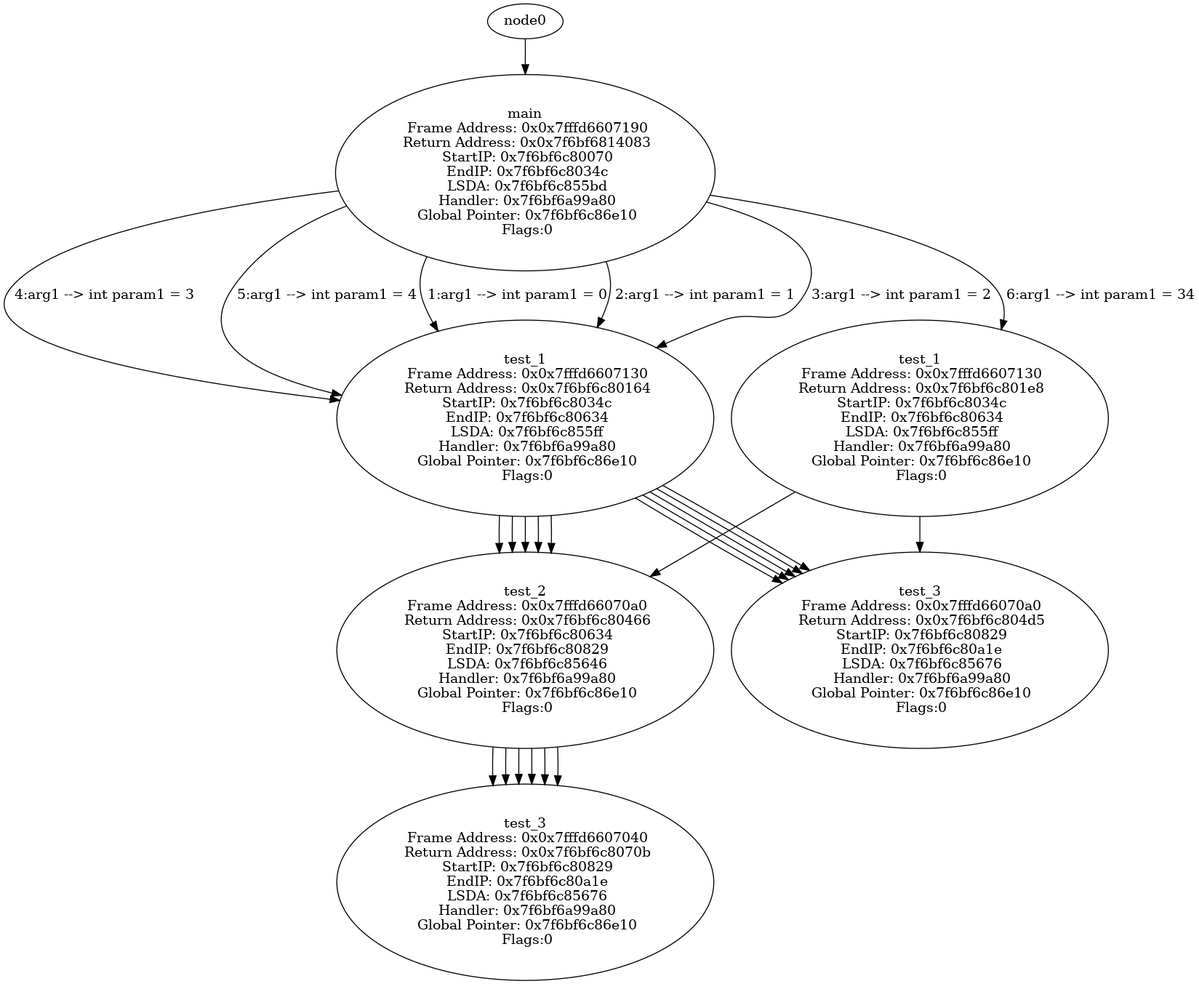
Above: tree.png in SameerDalal/backtrace (Graphviz), before the change. Its source is kept beside it as tree.dot.
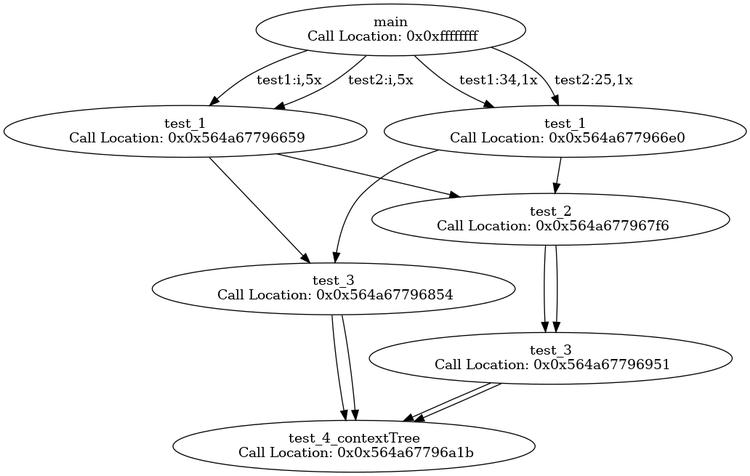
The same file after the commit.

Diff of the diagram source:
```diff
@@ -1,52 +1,29 @@
 digraph ContextTree {
-node0x7f6bf6c8070b [label="test_3\n Frame Address: 0x0x7fffd6607040\n Return Address: 0x0x7f6bf6c8070b\n StartIP: 0x7f6bf6c80829\n EndIP: 0x7f6bf6c80a1e\n LSDA: 0x7f6bf6c85676\n Handler: 0x7f6bf6a99a80\n Global Pointer: 0x7f6bf6c86e10\n Flags:0"];
-node0x7f6bf6c80466 -> node0x7f6bf6c8070b
-node0x7f6bf6c80466 [label="test_2\n Frame Address: 0x0x7fffd66070a0\n Return Address: 0x0x7f6bf6c80466\n StartIP: 0x7f6bf6c80634\n EndIP: 0x7f6bf6c80829\n LSDA: 0x7f6bf6c85646\n Handler: 0x7f6bf6a99a80\n Global Pointer: 0x7f6bf6c86e10\n Flags:0"];
-node0x7f6bf6c80164 -> node0x7f6bf6c80466
-node0x7f6bf6c804d5 [label="test_3\n Frame Address: 0x0x7fffd66070a0\n Return Address: 0x0x7f6bf6c804d5\n StartIP: 0x7f6bf6c80829\n EndIP: 0x7f6bf6c80a1e\n LSDA: 0x7f6bf6c85676\n Handler: 0x7f6bf6a99a80\n Global Pointer: 0x7f6bf6c86e10\n Flags:0"];
-node0x7f6bf6c80164 -> node0x7f6bf6c804d5
-node0x7f6bf6c80164 [label="test_1\n Frame Address: 0x0x7fffd6607130\n Return Address: 0x0x7f6bf6c80164\n StartIP: 0x7f6bf6c8034c\n EndIP: 0x7f6bf6c80634\n LSDA: 0x7f6bf6c855ff\n Handler: 0x7f6bf6a99a80\n Global Pointer: 0x7f6bf6c86e10\n Flags:0"];
-node0x7f6bf6814083 -> node0x7f6bf6c80164 [label=" 1:arg1 --> int param1 = 0"];
-node0x7f6bf6c8070b [label="test_3\n Frame Address: 0x0x7fffd6607040\n Return Address: 0x0x7f6bf6c8070b\n StartIP: 0x7f6bf6c80829\n EndIP: 0x7f6bf6c80a1e\n LSDA: 0x7f6bf6c85676\n Handler: 0x7f6bf6a99a80\n Global Pointer: 0x7f6bf6c86e10\n Flags:0"];
-node0x7f6bf6c80466 -> node0x7f6bf6c8070b
-node0x7f6bf6c80466 [label="test_2\n Frame Address: 0x0x7fffd66070a0\n Return Address: 0x0x7f6bf6c80466\n StartIP: 0x7f6bf6c80634\n EndIP: 0x7f6bf6c80829\n LSDA: 0x7f6bf6c85646\n Handler: 0x7f6bf6a99a80\n Global Pointer: 0x7f6bf6c86e10\n Flags:0"];
-node0x7f6bf6c80164 -> node0x7f6bf6c80466
-node0x7f6bf6c804d5 [label="test_3\n Frame Address: 0x0x7fffd66070a0\n Return Address: 0x0x7f6bf6c804d5\n StartIP: 0x7f6bf6c80829\n EndIP: 0x7f6bf6c80a1e\n LSDA: 0x7f6bf6c85676\n Handler: 0x7f6bf6a99a80\n Global Pointer: 0x7f6bf6c86e10\n Flags:0"];
-node0x7f6bf6c80164 -> node0x7f6bf6c804d5
-node0x7f6bf6c80164 [label="test_1\n Frame Address: 0x0x7fffd6607130\n Return Address: 0x0x7f6bf6c80164\n StartIP: 0x7f6bf6c8034c\n EndIP: 0x7f6bf6c80634\n LSDA: 0x7f6bf6c855ff\n Handler: 0x7f6bf6a99a80\n Global Pointer: 0x7f6bf6c86e10\n Flags:0"];
-node0x7f6bf6814083 -> node0x7f6bf6c80164 [label=" 2:arg1 --> int param1 = 1"];
-node0x7f6bf6c8070b [label="test_3\n Frame Address: 0x0x7fffd6607040\n Return Address: 0x0x7f6bf6c8070b\n StartIP: 0x7f6bf6c80829\n EndIP: 0x7f6bf6c80a1e\n LSDA: 0x7f6bf6c85676\n Handler: 0x7f6bf6a99a80\n Global Pointer: 0x7f6bf6c86e10\n Flags:0"];
-node0x7f6bf6c80466 -> node0x7f6bf6c8070b
-node0x7f6bf6c80466 [label="test_2\n Frame Address: 0x0x7fffd66070a0\n Return Address: 0x0x7f6bf6c80466\n StartIP: 0x7f6bf6c80634\n EndIP: 0x7f6bf6c80829\n LSDA: 0x7f6bf6c85646\n Handler: 0x7f6bf6a99a80\n Global Pointer: 0x7f6bf6c86e10\n Flags:0"];
-node0x7f6bf6c80164 -> node0x7f6bf6c80466
-node0x7f6bf6c804d5 [label="test_3\n Frame Address: 0x0x7fffd66070a0\n Return Address: 0x0x7f6bf6c804d5\n StartIP: 0x7f6bf6c80829\n EndIP: 0x7f6bf6c80a1e\n LSDA: 0x7f6bf6c85676\n Handler: 0x7f6bf6a99a80\n Global Pointer: 0x7f6bf6c86e10\n Flags:0"];
-node0x7f6bf6c80164 -> node0x7f6bf6c804d5
-node0x7f6bf6c80164 [label="test_1\n Frame Address: 0x0x7fffd6607130\n Return Address: 0x0x7f6bf6c80164\n StartIP: 0x7f6bf6c8034c\n EndIP: 0x7f6bf6c80634\n LSDA: 0x7f6bf6c855ff\n Handler: 0x7f6bf6a99a80\n Global Pointer: 0x7f6bf6c86e10\n Flags:0"];
-node0x7f6bf6814083 -> node0x7f6bf6c80164 [label=" 3:arg1 --> int param1 = 2"];
-node0x7f6bf6c8070b [label="test_3\n Frame Address: 0x0x7fffd6607040\n Return Address: 0x0x7f6bf6c8070b\n StartIP: 0x7f6bf6c80829\n EndIP: 0x7f6bf6c80a1e\n LSDA: 0x7f6bf6c85676\n Handler: 0x7f6bf6a99a80\n Global Pointer: 0x7f6bf6c86e10\n Flags:0"];
-node0x7f6bf6c80466 -> node0x7f6bf6c8070b
-node0x7f6bf6c80466 [label="test_2\n Frame Address: 0x0x7fffd66070a0\n Return Address: 0x0x7f6bf6c80466\n StartIP: 0x7f6bf6c80634\n EndIP: 0x7f6bf6c80829\n LSDA: 0x7f6bf6c85646\n Handler: 0x7f6bf6a99a80\n Global Pointer: 0x7f6bf6c86e10\n Flags:0"];
-node0x7f6bf6c80164 -> node0x7f6bf6c80466
-node0x7f6bf6c804d5 [label="test_3\n Frame Address: 0x0x7fffd66070a0\n Return Address: 0x0x7f6bf6c804d5\n StartIP: 0x7f6bf6c80829\n EndIP: 0x7f6bf6c80a1e\n LSDA: 0x7f6bf6c85676\n Handler: 0x7f6bf6a99a80\n Global Pointer: 0x7f6bf6c86e10\n Flags:0"];
-node0x7f6bf6c80164 -> node0x7f6bf6c804d5
-node0x7f6bf6c80164 [label="test_1\n Frame Address: 0x0x7fffd6607130\n Return Address: 0x0x7f6bf6c80164\n StartIP: 0x7f6bf6c8034c\n EndIP: 0x7f6bf6c80634\n LSDA: 0x7f6bf6c855ff\n Handler: 0x7f6bf6a99a80\n Global Pointer: 0x7f6bf6c86e10\n Flags:0"];
-node0x7f6bf6814083 -> node0x7f6bf6c80164 [label=" 4:arg1 --> int param1 = 3"];
-node0x7f6bf6c8070b [label="test_3\n Frame Address: 0x0x7fffd6607040\n Return Address: 0x0x7f6bf6c8070b\n StartIP: 0x7f6bf6c80829\n EndIP: 0x7f6bf6c80a1e\n LSDA: 0x7f6bf6c85676\n Handler: 0x7f6bf6a99a80\n Global Pointer: 0x7f6bf6c86e10\n Flags:0"];
-node0x7f6bf6c80466 -> node0x7f6bf6c8070b
-node0x7f6bf6c80466 [label="test_2\n Frame Address: 0x0x7fffd66070a0\n Return Address: 0x0x7f6bf6c80466\n StartIP: 0x7f6bf6c80634\n EndIP: 0x7f6bf6c80829\n LSDA: 0x7f6bf6c85646\n Handler: 0x7f6bf6a99a80\n Global Pointer: 0x7f6bf6c86e10\n Flags:0"];
-node0x7f6bf6c80164 -> node0x7f6bf6c80466
-node0x7f6bf6c804d5 [label="test_3\n Frame Address: 0x0x7fffd66070a0\n Return Address: 0x0x7f6bf6c804d5\n StartIP: 0x7f6bf6c80829\n EndIP: 0x7f6bf6c80a1e\n LSDA: 0x7f6bf6c85676\n Handler: 0x7f6bf6a99a80\n Global Pointer: 0x7f6bf6c86e10\n Flags:0"];
-node0x7f6bf6c80164 -> node0x7f6bf6c804d5
-node0x7f6bf6c80164 [label="test_1\n Frame Address: 0x0x7fffd6607130\n Return Address: 0x0x7f6bf6c80164\n StartIP: 0x7f6bf6c8034c\n EndIP: 0x7f6bf6c80634\n LSDA: 0x7f6bf6c855ff\n Handler: 0x7f6bf6a99a80\n Global Pointer: 0x7f6bf6c86e10\n Flags:0"];
-node0x7f6bf6814083 -> node0x7f6bf6c80164 [label=" 5:arg1 --> int param1 = 4"];
-node0x7f6bf6c8070b [label="test_3\n Frame Address: 0x0x7fffd6607040\n Return Address: 0x0x7f6bf6c8070b\n StartIP: 0x7f6bf6c80829\n EndIP: 0x7f6bf6c80a1e\n LSDA: 0x7f6bf6c85676\n Handler: 0x7f6bf6a99a80\n Global Pointer: 0x7f6bf6c86e10\n Flags:0"];
-node0x7f6bf6c80466 -> node0x7f6bf6c8070b
-node0x7f6bf6c80466 [label="test_2\n Frame Address: 0x0x7fffd66070a0\n Return Address: 0x0x7f6bf6c80466\n StartIP: 0x7f6bf6c80634\n EndIP: 0x7f6bf6c80829\n LSDA: 0x7f6bf6c85646\n Handler: 0x7f6bf6a99a80\n Global Pointer: 0x7f6bf6c86e10\n Flags:0"];
-node0x7f6bf6c801e8 -> node0x7f6bf6c80466
-node0x7f6bf6c804d5 [label="test_3\n Frame Address: 0x0x7fffd66070a0\n Return Address: 0x0x7f6bf6c804d5\n StartIP: 0x7f6bf6c80829\n EndIP: 0x7f6bf6c80a1e\n LSDA: 0x7f6bf6c85676\n Handler: 0x7f6bf6a99a80\n Global Pointer: 0x7f6bf6c86e10\n Flags:0"];
-node0x7f6bf6c801e8 -> node0x7f6bf6c804d5
-node0x7f6bf6c801e8 [label="test_1\n Frame Address: 0x0x7fffd6607130\n Return Address: 0x0x7f6bf6c801e8\n StartIP: 0x7f6bf6c8034c\n EndIP: 0x7f6bf6c80634\n LSDA: 0x7f6bf6c855ff\n Handler: 0x7f6bf6a99a80\n Global Pointer: 0x7f6bf6c86e10\n Flags:0"];
-node0x7f6bf6814083 -> node0x7f6bf6c801e8 [label=" 6:arg1 --> int param1 = 34"];
-node0x7f6bf6814083 [label="main\n Frame Address: 0x0x7fffd6607190\n Return Address: 0x0x7f6bf6814083\n StartIP: 0x7f6bf6c80070\n EndIP: 0x7f6bf6c8034c\n LSDA: 0x7f6bf6c855bd\n Handler: 0x7f6bf6a99a80\n Global Pointer: 0x7f6bf6c86e10\n Flags:0"];
-node0 -> node0x7f6bf6814083
+main0xffffffff[label="main\n Call Location: 0x0xffffffff"];
+main0xffffffff -> test_10x564a67796659[label=" test1:i,5x"];
+main0xffffffff -> test_10x564a67796659[label=" test2:i,5x"];
+main0xffffffff -> test_10x564a677966e0[label=" test1:34,1x"];
+main0xffffffff -> test_10x564a677966e0[label=" test2:25,1x"];
+test_10x564a67796659[label="test_1\n Call Location: 0x0x564a67796659"];
+test_10x564a67796659 -> test_20x564a677967f6
+test_10x564a67796659 -> test_30x564a67796854
+test_20x564a677967f6[label="test_2\n Call Location: 0x0x564a677967f6"];
+test_20x564a677967f6 -> test_30x564a67796951
+test_30x564a67796951[label="test_3\n Call Location: 0x0x564a67796951"];
+test_30x564a67796951 -> test_4_contextTree0x564a67796a1b
+test_4_contextTree0x564a67796a1b[label="test_4_contextTree\n Call Location: 0x0x564a67796a1b"];
+test_30x564a67796854[label="test_3\n Call Location: 0x0x564a67796854"];
+test_30x564a67796854 -> test_4_contextTree0x564a67796a1b
+test_4_contextTree0x564a67796a1b[label="test_4_contextTree\n Call Location: 0x0x564a67796a1b"];
+test_10x564a677966e0[label="test_1\n Call Location: 0x0x564a677966e0"];
+test_10x564a677966e0 -> test_20x564a677967f6
+test_10x564a677966e0 -> test_30x564a67796854
+test_20x564a677967f6[label="test_2\n Call Location: 0x0x564a677967f6"];
+test_20x564a677967f6 -> test_30x564a67796951
+test_30x564a67796951[label="test_3\n Call Location: 0x0x564a67796951"];
+test_30x564a67796951 -> test_4_contextTree0x564a67796a1b
+test_4_contextTree0x564a67796a1b[label="test_4_contextTree\n Call Location: 0x0x564a67796a1b"];
+test_30x564a67796854[label="test_3\n Call Location: 0x0x564a67796854"];
+test_30x564a67796854 -> test_4_contextTree0x564a67796a1b
+test_4_contextTree0x564a67796a1b[label="test_4_contextTree\n Call Location: 0x0x564a67796a1b"];
 }
```
